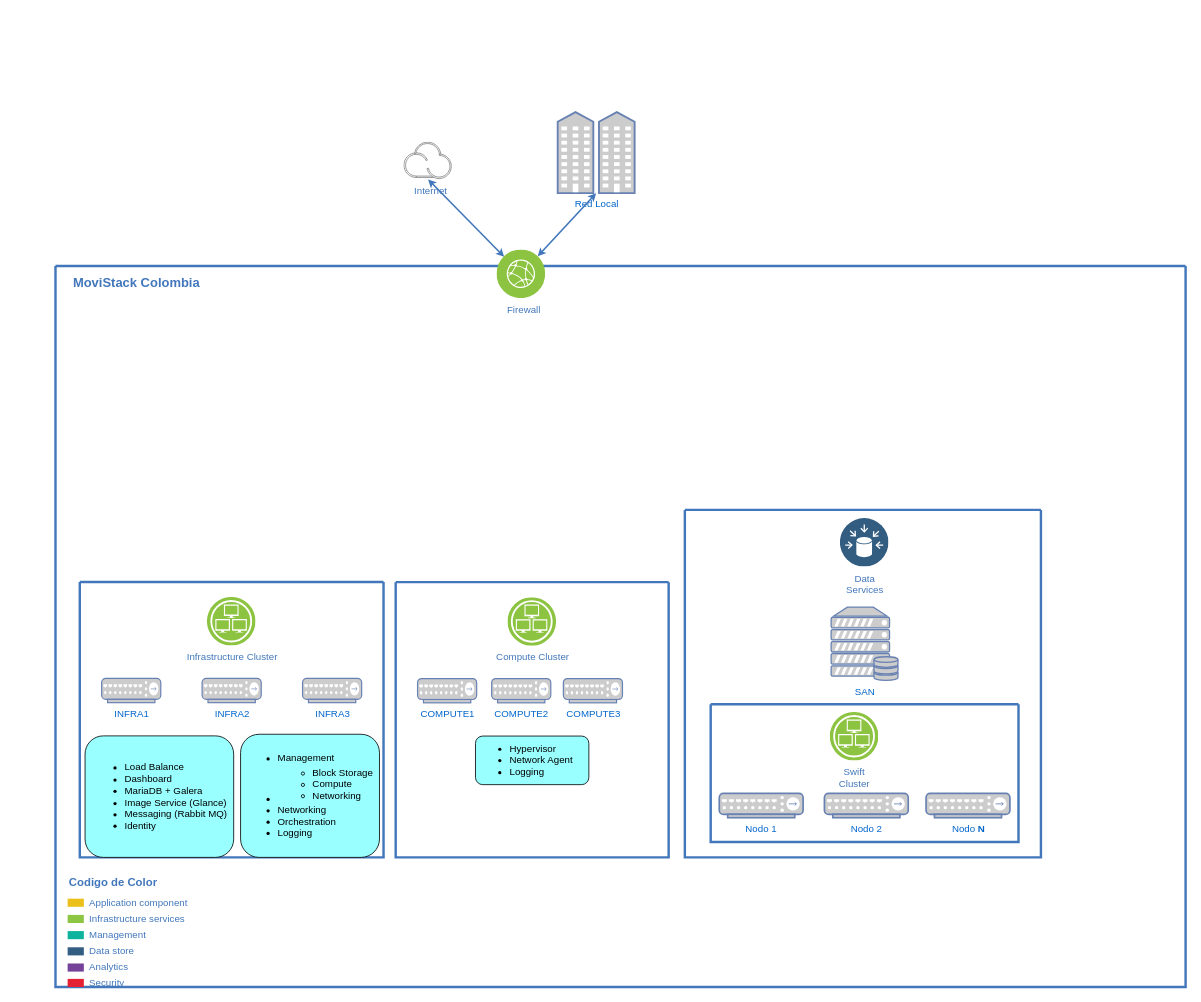
Before: MOVISTACK-OpenStack.drawio in Celera/postfix, a draw.io diagram. Source tidied: cells renumbered, new cells numbered last; positions are measured from the earlier drawing's top-left corner, leaving out a move shared by most shapes. Both pictures are drawn from the tidied source at 81%, with x=0, y=0 at pixel (55, 112).
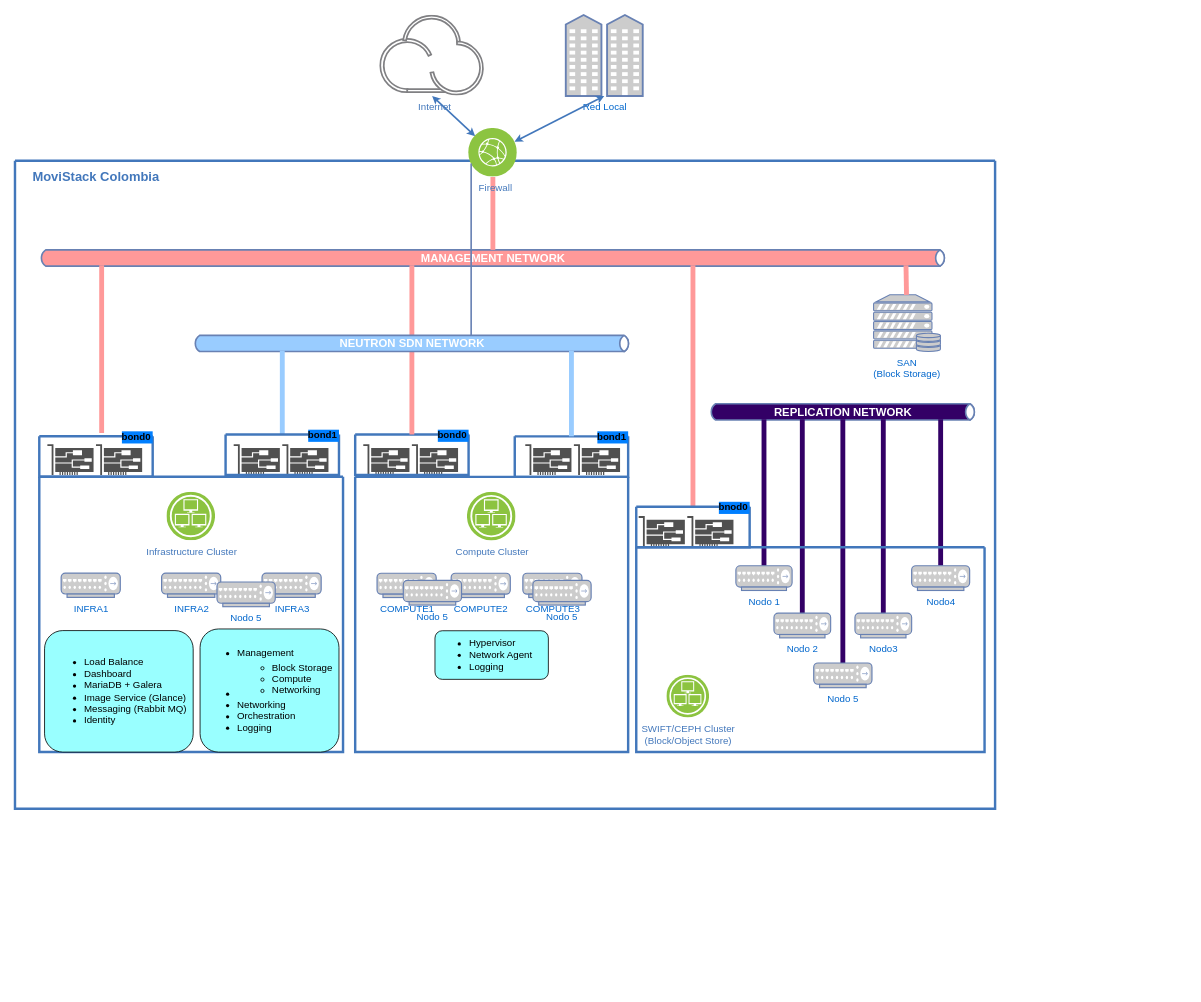
After the change.

The change refers to these unchanged cells:
```xml
<mxCell id="28" style="group;" parent="2" vertex="1">
  <mxGeometry x="430" y="330" width="337" height="400" as="geometry" />
</mxCell>
```

Diff of the diagram source:
```diff
@@
     <mxCell id="2" value="d" style="swimlane;shadow=0;strokeColor=#4277BB;fillColor=#ffffff;fontColor=none;align=right;startSize=0;noLabel=1;strokeWidth=3;" parent="1" vertex="1">
-      <mxGeometry y="190" width="1395.2" height="890" as="geometry" />
+      <mxGeometry x="-50" y="60" width="1210" height="800" as="geometry" />
     </mxCell>
@@
-    <mxCell id="4" value="Application component" style="rounded=0;html=1;shadow=0;labelBackgroundColor=none;strokeColor=none;strokeWidth=2;fillColor=#EBC01A;gradientColor=none;fontSize=12;fontColor=#4277BB;align=left;labelPosition=right;verticalLabelPosition=middle;verticalAlign=middle;spacingLeft=5;" parent="2" vertex="1">
-      <mxGeometry x="15" y="781" width="20" height="10" as="geometry" />
-    </mxCell>
-    <mxCell id="5" value="Infrastructure services" style="rounded=0;html=1;shadow=0;labelBackgroundColor=none;strokeColor=none;strokeWidth=2;fillColor=#8DC642;gradientColor=none;fontSize=12;fontColor=#4277BB;align=left;labelPosition=right;verticalLabelPosition=middle;verticalAlign=middle;spacingLeft=5;" parent="2" vertex="1">
-      <mxGeometry x="15" y="801" width="20" height="10" as="geometry" />
-    </mxCell>
-    <mxCell id="6" value="Management" style="rounded=0;html=1;shadow=0;labelBackgroundColor=none;strokeColor=none;strokeWidth=2;fillColor=#0DB39D;gradientColor=none;fontSize=12;fontColor=#4277BB;align=left;labelPosition=right;verticalLabelPosition=middle;verticalAlign=middle;spacingLeft=5;" parent="2" vertex="1">
-      <mxGeometry x="15" y="821" width="20" height="10" as="geometry" />
-    </mxCell>
-    <mxCell id="7" value="Data store" style="rounded=0;html=1;shadow=0;labelBackgroundColor=none;strokeColor=none;strokeWidth=2;fillColor=#335D81;gradientColor=none;fontSize=12;fontColor=#4277BB;align=left;labelPosition=right;verticalLabelPosition=middle;verticalAlign=middle;spacingLeft=5;" parent="2" vertex="1">
-      <mxGeometry x="15" y="841" width="20" height="10" as="geometry" />
-    </mxCell>
-    <mxCell id="8" value="Analytics" style="rounded=0;html=1;shadow=0;labelBackgroundColor=none;strokeColor=none;strokeWidth=2;fillColor=#744399;gradientColor=none;fontSize=12;fontColor=#4277BB;align=left;labelPosition=right;verticalLabelPosition=middle;verticalAlign=middle;spacingLeft=5;" parent="2" vertex="1">
-      <mxGeometry x="15" y="861" width="20" height="10" as="geometry" />
-    </mxCell>
-    <mxCell id="9" value="Security" style="rounded=0;html=1;shadow=0;labelBackgroundColor=none;strokeColor=none;strokeWidth=2;fillColor=#E52134;gradientColor=none;fontSize=12;fontColor=#4277BB;align=left;labelPosition=right;verticalLabelPosition=middle;verticalAlign=middle;spacingLeft=5;" parent="2" vertex="1">
-      <mxGeometry x="15" y="880" width="20" height="10" as="geometry" />
-    </mxCell>
-    <mxCell id="10" value="Codigo de Color" style="text;html=1;align=left;verticalAlign=middle;fontColor=#4277BB;shadow=0;dashed=0;strokeColor=none;fillColor=none;labelBackgroundColor=none;fontStyle=1;fontSize=14;spacingLeft=0;" parent="2" vertex="1">
-      <mxGeometry x="15" y="751" width="150" height="20" as="geometry" />
-    </mxCell>
@@
-    <mxCell id="19" style="group;" parent="2" vertex="1">
-      <mxGeometry x="777" y="289" width="455.2" height="502" as="geometry" />
-    </mxCell>
-    <mxCell id="20" style="swimlane;shadow=0;labelBackgroundColor=#007FFF;strokeColor=#4277BB;fillColor=none;gradientColor=none;fontColor=#000000;align=right;startSize=0;strokeWidth=3;" parent="19" vertex="1">
-      <mxGeometry y="12" width="439.6" height="429" as="geometry" />
-    </mxCell>
-    <mxCell id="21" value="SAN" style="fontColor=#0066CC;verticalAlign=top;verticalLabelPosition=bottom;labelPosition=center;align=center;html=1;outlineConnect=0;fillColor=#CCCCCC;strokeColor=#6881B3;gradientColor=none;gradientDirection=north;strokeWidth=2;shape=mxgraph.networks.server_storage;" parent="20" vertex="1">
-      <mxGeometry x="180.6" y="120" width="82.5" height="90.5" as="geometry" />
-    </mxCell>
-    <mxCell id="22" value="Data&lt;div&gt;Services&lt;/div&gt;" style="perimeter=ellipsePerimeter;html=1;align=center;shadow=0;dashed=0;image;image=img/lib/ibm/data/data_sources.svg;labelBackgroundColor=none;strokeColor=#4277BB;strokeWidth=2;fillColor=none;gradientColor=none;fontSize=12;fontColor=#4277BB;" parent="20" vertex="1">
-      <mxGeometry x="191.9" y="10.5" width="60" height="60" as="geometry" />
-    </mxCell>
-    <mxCell id="23" style="swimlane;shadow=0;labelBackgroundColor=#007FFF;strokeColor=#4277BB;fillColor=none;gradientColor=none;fontColor=#000000;align=right;startSize=0;strokeWidth=3;" parent="20" vertex="1">
-      <mxGeometry x="31.9" y="240" width="380" height="170" as="geometry" />
-    </mxCell>
-    <mxCell id="24" value="Nodo 1" style="fontColor=#0066CC;verticalAlign=top;verticalLabelPosition=bottom;labelPosition=center;align=center;html=1;outlineConnect=0;fillColor=#CCCCCC;strokeColor=#6881B3;gradientColor=none;gradientDirection=north;strokeWidth=2;shape=mxgraph.networks.hub;" parent="23" vertex="1">
-      <mxGeometry x="10.6" y="110" width="103.5" height="30" as="geometry" />
-    </mxCell>
-    <mxCell id="25" value="&lt;div&gt;Nodo 2&lt;/div&gt;&lt;div&gt;&lt;br&gt;&lt;/div&gt;" style="fontColor=#0066CC;verticalAlign=top;verticalLabelPosition=bottom;labelPosition=center;align=center;html=1;outlineConnect=0;fillColor=#CCCCCC;strokeColor=#6881B3;gradientColor=none;gradientDirection=north;strokeWidth=2;shape=mxgraph.networks.hub;" parent="23" vertex="1">
-      <mxGeometry x="140.4" y="110" width="103.5" height="30" as="geometry" />
-    </mxCell>
-    <mxCell id="26" value="Nodo &lt;b&gt;N&lt;/b&gt;" style="fontColor=#0066CC;verticalAlign=top;verticalLabelPosition=bottom;labelPosition=center;align=center;html=1;outlineConnect=0;fillColor=#CCCCCC;strokeColor=#6881B3;gradientColor=none;gradientDirection=north;strokeWidth=2;shape=mxgraph.networks.hub;" parent="23" vertex="1">
-      <mxGeometry x="265.9" y="110" width="103.5" height="30" as="geometry" />
-    </mxCell>
-    <mxCell id="27" value="Swift&lt;br&gt;Cluster" style="perimeter=ellipsePerimeter;html=1;align=center;shadow=0;dashed=0;image;image=img/lib/ibm/infrastructure/infrastructure_services.svg;labelBackgroundColor=none;strokeColor=#4277BB;strokeWidth=2;fillColor=none;gradientColor=none;fontSize=12;fontColor=#4277BB;" parent="23" vertex="1">
-      <mxGeometry x="147.5" y="10" width="60" height="60" as="geometry" />
-    </mxCell>
@@
+    <mxCell id="40" style="group;" parent="28" vertex="1">
+      <mxGeometry y="20" width="140" height="38" as="geometry" />
+    </mxCell>
+    <mxCell id="41" style="shadow=0;dashed=0;html=1;strokeColor=none;fillColor=#505050;labelPosition=center;verticalLabelPosition=bottom;verticalAlign=top;align=center;shape=mxgraph.office.devices.nic;" parent="40" vertex="1">
+      <mxGeometry width="57" height="38" as="geometry" />
+    </mxCell>
+    <mxCell id="42" style="shadow=0;dashed=0;html=1;strokeColor=none;fillColor=#505050;labelPosition=center;verticalLabelPosition=bottom;verticalAlign=top;align=center;shape=mxgraph.office.devices.nic;" parent="40" vertex="1">
+      <mxGeometry x="60" width="57" height="38" as="geometry" />
+    </mxCell>
+    <mxCell id="43" style="group;" parent="28" vertex="1">
+      <mxGeometry x="200" y="20" width="117" height="38" as="geometry" />
+    </mxCell>
+    <mxCell id="44" style="shadow=0;dashed=0;html=1;strokeColor=none;fillColor=#505050;labelPosition=center;verticalLabelPosition=bottom;verticalAlign=top;align=center;shape=mxgraph.office.devices.nic;" parent="43" vertex="1">
+      <mxGeometry width="57" height="38" as="geometry" />
+    </mxCell>
+    <mxCell id="45" style="shadow=0;dashed=0;html=1;strokeColor=none;fillColor=#505050;labelPosition=center;verticalLabelPosition=bottom;verticalAlign=top;align=center;shape=mxgraph.office.devices.nic;" parent="43" vertex="1">
+      <mxGeometry x="60" width="57" height="38" as="geometry" />
+    </mxCell>
+    <mxCell id="46" value="bond0" style="swimlane;shadow=0;labelBackgroundColor=#007FFF;strokeColor=#4277BB;fillColor=none;gradientColor=none;fontColor=#000000;align=right;startSize=0;strokeWidth=3;" parent="28" vertex="1">
+      <mxGeometry x="-10" y="8" width="140" height="50" as="geometry" />
+    </mxCell>
+    <mxCell id="47" value="Nodo 5" style="fontColor=#0066CC;verticalAlign=top;verticalLabelPosition=bottom;labelPosition=center;align=center;html=1;fillColor=#CCCCCC;strokeColor=#6881B3;gradientColor=none;gradientDirection=north;strokeWidth=2;shape=mxgraph.networks.hub;" parent="46" vertex="1">
+      <mxGeometry x="219.4" y="180" width="71.9" height="30.5" as="geometry" />
+    </mxCell>
+    <mxCell id="48" value="bond1" style="swimlane;shadow=0;labelBackgroundColor=#007FFF;strokeColor=#4277BB;fillColor=none;gradientColor=none;fontColor=#000000;align=right;startSize=0;strokeWidth=3;" parent="28" vertex="1">
+      <mxGeometry x="187" y="10.2" width="140" height="50" as="geometry" />
+    </mxCell>
+    <mxCell id="49" style="shadow=0;dashed=0;html=1;strokeColor=none;fillColor=#505050;labelPosition=center;verticalLabelPosition=bottom;verticalAlign=top;align=center;shape=mxgraph.office.devices.nic;" parent="2" vertex="1">
+      <mxGeometry x="270" y="350" width="57" height="38" as="geometry" />
+    </mxCell>
+    <mxCell id="50" style="shadow=0;dashed=0;html=1;strokeColor=none;fillColor=#505050;labelPosition=center;verticalLabelPosition=bottom;verticalAlign=top;align=center;shape=mxgraph.office.devices.nic;" parent="2" vertex="1">
+      <mxGeometry x="330" y="350" width="57" height="38" as="geometry" />
+    </mxCell>
+    <mxCell id="21" value="&lt;div&gt;SAN &lt;br&gt;&lt;/div&gt;&lt;div&gt;(Block Storage)&lt;/div&gt;" style="fontColor=#0066CC;verticalAlign=top;verticalLabelPosition=bottom;labelPosition=center;align=center;html=1;outlineConnect=0;fillColor=#CCCCCC;strokeColor=#6881B3;gradientColor=none;gradientDirection=north;strokeWidth=2;shape=mxgraph.networks.server_storage;" parent="2" vertex="1">
+      <mxGeometry x="1060" y="165.5" width="82.5" height="70" as="geometry" />
+    </mxCell>
+    <mxCell id="51" value="&lt;font style=&quot;font-size: 14px&quot;&gt;&lt;b&gt;MANAGEMENT NETWORK&lt;/b&gt;&lt;/font&gt;" style="html=1;fillColor=#FF9999;strokeColor=#6881B3;gradientColor=none;gradientDirection=north;strokeWidth=2;shape=mxgraph.networks.bus;gradientColor=none;gradientDirection=north;fontColor=#ffffff;perimeter=backbonePerimeter;backboneSize=20;" parent="2" vertex="1">
+      <mxGeometry x="30" y="110" width="1120" height="20" as="geometry" />
+    </mxCell>
+    <mxCell id="52" style="strokeColor=#FF9999;edgeStyle=none;rounded=0;endArrow=none;html=1;strokeWidth=6;exitX=0.5;exitY=1;exitDx=0;exitDy=0;" parent="2" edge="1" source="39" target="51">
+      <mxGeometry relative="1" as="geometry" />
+    </mxCell>
+    <mxCell id="53" style="strokeColor=#FF9999;edgeStyle=none;rounded=0;endArrow=none;html=1;strokeWidth=6;fillColor=#FFFFFF;exitX=0.55;exitY=-0.08;exitDx=0;exitDy=0;exitPerimeter=0;" parent="2" edge="1" source="75" target="51">
+      <mxGeometry relative="1" as="geometry" />
+    </mxCell>
+    <mxCell id="54" style="strokeColor=#FF9999;edgeStyle=none;rounded=0;endArrow=none;html=1;strokeWidth=6;exitX=0.5;exitY=0;exitDx=0;exitDy=0;" parent="2" edge="1" source="46" target="51">
+      <mxGeometry relative="1" as="geometry" />
+    </mxCell>
+    <mxCell id="55" style="strokeColor=#FF9999;edgeStyle=none;rounded=0;endArrow=none;html=1;strokeWidth=6;exitX=0.5;exitY=0;exitDx=0;exitDy=0;" parent="2" edge="1" source="79" target="51">
+      <mxGeometry relative="1" as="geometry" />
+    </mxCell>
+    <mxCell id="39" value="Firewall" style="perimeter=ellipsePerimeter;html=1;align=center;shadow=0;image;image=img/lib/ibm/infrastructure/edge_services.svg;labelBackgroundColor=none;strokeColor=none;strokeWidth=2;fillColor=#808080;gradientColor=none;fontSize=12;fontColor=#4277BB;rounded=0;verticalAlign=top;spacingLeft=5;" parent="2" vertex="1">
+      <mxGeometry x="560" y="-40" width="60" height="60" as="geometry" />
+    </mxCell>
+    <mxCell id="56" value="&lt;b&gt;&lt;font style=&quot;font-size: 14px&quot;&gt;NEUTRON SDN NETWORK&lt;/font&gt;&lt;/b&gt;" style="html=1;fillColor=#99CCFF;strokeColor=#6881B3;gradientColor=none;gradientDirection=north;strokeWidth=2;shape=mxgraph.networks.bus;gradientColor=none;gradientDirection=north;fontColor=#ffffff;perimeter=backbonePerimeter;backboneSize=20;" parent="2" vertex="1">
+      <mxGeometry x="220" y="215.5" width="540" height="20" as="geometry" />
+    </mxCell>
+    <mxCell id="57" style="strokeColor=#6881B3;edgeStyle=none;rounded=0;endArrow=none;html=1;strokeWidth=2;exitX=0;exitY=0.75;exitDx=0;exitDy=0;" parent="2" edge="1" source="39" target="56">
+      <mxGeometry relative="1" as="geometry" />
+    </mxCell>
+    <mxCell id="58" style="strokeColor=#99CCFF;edgeStyle=none;rounded=0;endArrow=none;html=1;strokeWidth=6;fillColor=#99CCFF;exitX=0.5;exitY=0;exitDx=0;exitDy=0;" parent="2" edge="1" source="77" target="56">
+      <mxGeometry relative="1" as="geometry" />
+    </mxCell>
+    <mxCell id="59" style="strokeColor=#99CCFF;edgeStyle=none;rounded=0;endArrow=none;html=1;strokeWidth=6;fillColor=#99CCFF;exitX=0.5;exitY=0;exitDx=0;exitDy=0;" parent="2" edge="1" source="48" target="56">
+      <mxGeometry relative="1" as="geometry" />
+    </mxCell>
+    <mxCell id="60" style="strokeColor=#FF9999;edgeStyle=none;rounded=0;endArrow=none;html=1;strokeWidth=6;" parent="2" edge="1" source="21">
+      <mxGeometry relative="1" as="geometry">
+        <mxPoint x="1100" y="129" as="targetPoint" />
+      </mxGeometry>
+    </mxCell>
+    <mxCell id="61" value="&lt;b&gt;&lt;font style=&quot;font-size: 14px&quot;&gt;REPLICATION NETWORK&lt;/font&gt;&lt;/b&gt;" style="html=1;fillColor=#330066;strokeColor=#6881B3;gradientColor=none;gradientDirection=north;strokeWidth=2;shape=mxgraph.networks.bus;gradientColor=none;gradientDirection=north;fontColor=#ffffff;perimeter=backbonePerimeter;backboneSize=20;" parent="2" vertex="1">
+      <mxGeometry x="857" y="300" width="330" height="20" as="geometry" />
+    </mxCell>
+    <mxCell id="62" style="strokeColor=#330066;edgeStyle=none;rounded=0;endArrow=none;html=1;strokeWidth=6;fillColor=#FFFFFF;" parent="2" edge="1" source="24" target="61">
+      <mxGeometry relative="1" as="geometry" />
+    </mxCell>
+    <mxCell id="63" style="strokeColor=#330066;edgeStyle=none;rounded=0;endArrow=none;html=1;strokeWidth=6;fillColor=#FFFFFF;exitX=0.5;exitY=0;exitDx=0;exitDy=0;exitPerimeter=0;" parent="2" edge="1" source="25" target="61">
+      <mxGeometry relative="1" as="geometry" />
+    </mxCell>
+    <mxCell id="64" style="strokeColor=#330066;edgeStyle=none;rounded=0;endArrow=none;html=1;strokeWidth=6;fillColor=#FFFFFF;" parent="2" edge="1" source="26" target="61">
+      <mxGeometry relative="1" as="geometry" />
+    </mxCell>
+    <mxCell id="65" style="strokeColor=#330066;edgeStyle=none;rounded=0;endArrow=none;html=1;strokeWidth=6;fillColor=#FFFFFF;exitX=0.5;exitY=0;exitDx=0;exitDy=0;exitPerimeter=0;" parent="2" edge="1" source="68" target="61">
+      <mxGeometry relative="1" as="geometry" />
+    </mxCell>
+    <mxCell id="66" style="strokeColor=#330066;edgeStyle=none;rounded=0;endArrow=none;html=1;strokeWidth=6;fillColor=#FFFFFF;exitX=0.5;exitY=0;exitDx=0;exitDy=0;exitPerimeter=0;" parent="2" edge="1" source="67" target="61">
+      <mxGeometry relative="1" as="geometry" />
+    </mxCell>
+    <mxCell id="23" style="swimlane;shadow=0;labelBackgroundColor=#007FFF;strokeColor=#4277BB;fillColor=none;gradientColor=none;fontColor=#000000;align=right;startSize=0;strokeWidth=3;" parent="2" vertex="1">
+      <mxGeometry x="767" y="477.2" width="430" height="252.8" as="geometry" />
+    </mxCell>
+    <mxCell id="24" value="Nodo 1" style="fontColor=#0066CC;verticalAlign=top;verticalLabelPosition=bottom;labelPosition=center;align=center;html=1;outlineConnect=0;fillColor=#CCCCCC;strokeColor=#6881B3;gradientColor=none;gradientDirection=north;strokeWidth=2;shape=mxgraph.networks.hub;" parent="23" vertex="1">
+      <mxGeometry x="123" y="22.8" width="69.4" height="30.5" as="geometry" />
+    </mxCell>
+    <mxCell id="25" value="&lt;div&gt;Nodo 2&lt;/div&gt;&lt;div&gt;&lt;br&gt;&lt;/div&gt;" style="fontColor=#0066CC;verticalAlign=top;verticalLabelPosition=bottom;labelPosition=center;align=center;html=1;outlineConnect=0;fillColor=#CCCCCC;strokeColor=#6881B3;gradientColor=none;gradientDirection=north;strokeWidth=2;shape=mxgraph.networks.hub;" parent="23" vertex="1">
+      <mxGeometry x="170" y="81.3" width="70" height="30.5" as="geometry" />
+    </mxCell>
+    <mxCell id="26" value="Nodo 5" style="fontColor=#0066CC;verticalAlign=top;verticalLabelPosition=bottom;labelPosition=center;align=center;html=1;outlineConnect=0;fillColor=#CCCCCC;strokeColor=#6881B3;gradientColor=none;gradientDirection=north;strokeWidth=2;shape=mxgraph.networks.hub;" parent="23" vertex="1">
+      <mxGeometry x="219.1" y="142.8" width="71.9" height="30.5" as="geometry" />
+    </mxCell>
+    <mxCell id="27" value="&lt;div&gt;SWIFT/CEPH Cluster&lt;/div&gt;&lt;div&gt;(Block/Object Store)&lt;br&gt;&lt;/div&gt;" style="perimeter=ellipsePerimeter;html=1;align=center;shadow=0;dashed=0;image;image=img/lib/ibm/infrastructure/infrastructure_services.svg;labelBackgroundColor=none;strokeColor=#4277BB;strokeWidth=2;fillColor=none;gradientColor=none;fontSize=12;fontColor=#4277BB;" parent="23" vertex="1">
+      <mxGeometry x="37.7" y="157.8" width="52.7" height="52.7" as="geometry" />
+    </mxCell>
+    <mxCell id="67" value="Nodo3" style="fontColor=#0066CC;verticalAlign=top;verticalLabelPosition=bottom;labelPosition=center;align=center;html=1;outlineConnect=0;fillColor=#CCCCCC;strokeColor=#6881B3;gradientColor=none;gradientDirection=north;strokeWidth=2;shape=mxgraph.networks.hub;" parent="23" vertex="1">
+      <mxGeometry x="270" y="81.3" width="70" height="30.5" as="geometry" />
+    </mxCell>
+    <mxCell id="68" value="Nodo4" style="fontColor=#0066CC;verticalAlign=top;verticalLabelPosition=bottom;labelPosition=center;align=center;html=1;outlineConnect=0;fillColor=#CCCCCC;strokeColor=#6881B3;gradientColor=none;gradientDirection=north;strokeWidth=2;shape=mxgraph.networks.hub;" parent="23" vertex="1">
+      <mxGeometry x="340" y="22.8" width="71.6" height="30.5" as="geometry" />
+    </mxCell>
+    <mxCell id="69" style="group;" parent="2" vertex="1">
+      <mxGeometry x="770" y="438.6" width="117" height="38.6" as="geometry" />
+    </mxCell>
+    <mxCell id="70" style="shadow=0;dashed=0;html=1;strokeColor=none;fillColor=#505050;labelPosition=center;verticalLabelPosition=bottom;verticalAlign=top;align=center;shape=mxgraph.office.devices.nic;" parent="69" vertex="1">
+      <mxGeometry width="57" height="38.6" as="geometry" />
+    </mxCell>
+    <mxCell id="71" style="shadow=0;dashed=0;html=1;strokeColor=none;fillColor=#505050;labelPosition=center;verticalLabelPosition=bottom;verticalAlign=top;align=center;shape=mxgraph.office.devices.nic;" parent="69" vertex="1">
+      <mxGeometry x="60" width="57" height="38.6" as="geometry" />
+    </mxCell>
+    <mxCell id="72" style="group;shadow=0;" parent="2" vertex="1">
+      <mxGeometry x="40" y="350" width="117" height="38" as="geometry" />
+    </mxCell>
+    <mxCell id="73" style="shadow=0;dashed=0;html=1;strokeColor=none;fillColor=#505050;labelPosition=center;verticalLabelPosition=bottom;verticalAlign=top;align=center;shape=mxgraph.office.devices.nic;" parent="72" vertex="1">
+      <mxGeometry width="57" height="38" as="geometry" />
+    </mxCell>
+    <mxCell id="74" style="shadow=0;dashed=0;html=1;strokeColor=none;fillColor=#505050;labelPosition=center;verticalLabelPosition=bottom;verticalAlign=top;align=center;shape=mxgraph.office.devices.nic;" parent="72" vertex="1">
+      <mxGeometry x="60" width="57" height="38" as="geometry" />
+    </mxCell>
+    <mxCell id="75" value="bond0" style="swimlane;shadow=0;labelBackgroundColor=#007FFF;strokeColor=#4277BB;fillColor=none;gradientColor=none;fontColor=#000000;align=right;startSize=0;strokeWidth=3;" parent="2" vertex="1">
+      <mxGeometry x="30" y="340" width="140" height="50" as="geometry" />
+    </mxCell>
+    <mxCell id="76" value="Nodo 5" style="fontColor=#0066CC;verticalAlign=top;verticalLabelPosition=bottom;labelPosition=center;align=center;html=1;fillColor=#CCCCCC;strokeColor=#6881B3;gradientColor=none;gradientDirection=north;strokeWidth=2;shape=mxgraph.networks.hub;" parent="75" vertex="1">
+      <mxGeometry x="219.4" y="180" width="71.9" height="30.5" as="geometry" />
+    </mxCell>
+    <mxCell id="77" value="bond1" style="swimlane;shadow=0;labelBackgroundColor=#007FFF;strokeColor=#4277BB;fillColor=none;gradientColor=none;fontColor=#000000;align=right;startSize=0;strokeWidth=3;" parent="2" vertex="1">
+      <mxGeometry x="260" y="338" width="140" height="50" as="geometry" />
+    </mxCell>
+    <mxCell id="78" value="Nodo 5" style="fontColor=#0066CC;verticalAlign=top;verticalLabelPosition=bottom;labelPosition=center;align=center;html=1;fillColor=#CCCCCC;strokeColor=#6881B3;gradientColor=none;gradientDirection=north;strokeWidth=2;shape=mxgraph.networks.hub;" parent="77" vertex="1">
+      <mxGeometry x="219.4" y="180" width="71.9" height="30.5" as="geometry" />
+    </mxCell>
+    <mxCell id="79" value="bnod0" style="swimlane;shadow=0;labelBackgroundColor=#007FFF;strokeColor=#4277BB;fillColor=none;gradientColor=none;fontColor=#000000;align=right;startSize=0;strokeWidth=3;" parent="2" vertex="1">
+      <mxGeometry x="767" y="427.2" width="140" height="50" as="geometry" />
+    </mxCell>
     <mxCell id="35" value="&lt;div&gt;Internet&lt;/div&gt;&lt;div&gt;&lt;br&gt;&lt;/div&gt;" style="perimeter=ellipsePerimeter;html=1;align=center;shadow=0;image;image=img/lib/ibm/miscellaneous/ibm_public_cloud.svg;labelBackgroundColor=none;strokeColor=none;strokeWidth=2;fillColor=#808080;gradientColor=none;fontSize=12;fontColor=#4277BB;rounded=0;verticalAlign=top;spacingLeft=5;labelPosition=center;verticalLabelPosition=bottom;" parent="1" vertex="1">
-      <mxGeometry x="430" y="37" width="60" height="46" as="geometry" />
+      <mxGeometry x="400" y="-119.7" width="130" height="99.7" as="geometry" />
     </mxCell>
     <mxCell id="36" value="Red Local" style="fontColor=#0066CC;verticalAlign=top;verticalLabelPosition=bottom;labelPosition=center;align=center;html=1;outlineConnect=0;fillColor=#CCCCCC;strokeColor=#6881B3;gradientColor=none;gradientDirection=north;strokeWidth=2;shape=mxgraph.networks.community;" parent="1" vertex="1">
-      <mxGeometry x="620" width="95" height="100" as="geometry" />
+      <mxGeometry x="630" y="-120" width="95" height="100" as="geometry" />
     </mxCell>
@@
-    <mxCell id="39" value="Firewall" style="perimeter=ellipsePerimeter;html=1;align=center;shadow=0;image;image=img/lib/ibm/infrastructure/edge_services.svg;labelBackgroundColor=none;strokeColor=none;strokeWidth=2;fillColor=#808080;gradientColor=none;fontSize=12;fontColor=#4277BB;rounded=0;verticalAlign=top;spacingLeft=5;" parent="1" vertex="1">
-      <mxGeometry x="545" y="170" width="60" height="60" as="geometry" />
-    </mxCell>
```
